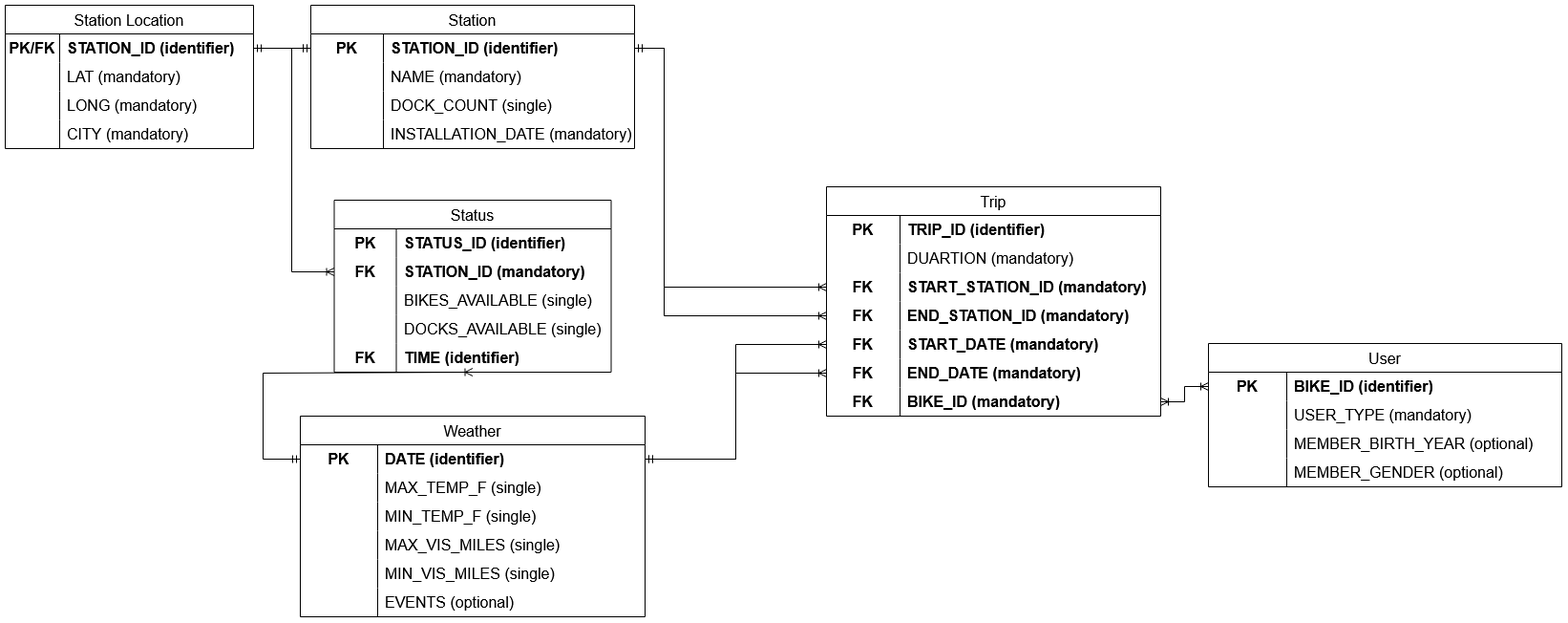
The draw.io diagram finalized er diagram.png in FPU-ThomasM/cop-3701-Public_Transportation_Ridership_Analytics_Database, before a commit. Source tidied: cells renumbered, new cells last; positions are measured from the earlier drawing's top-left corner, leaving out a move shared by most shapes.
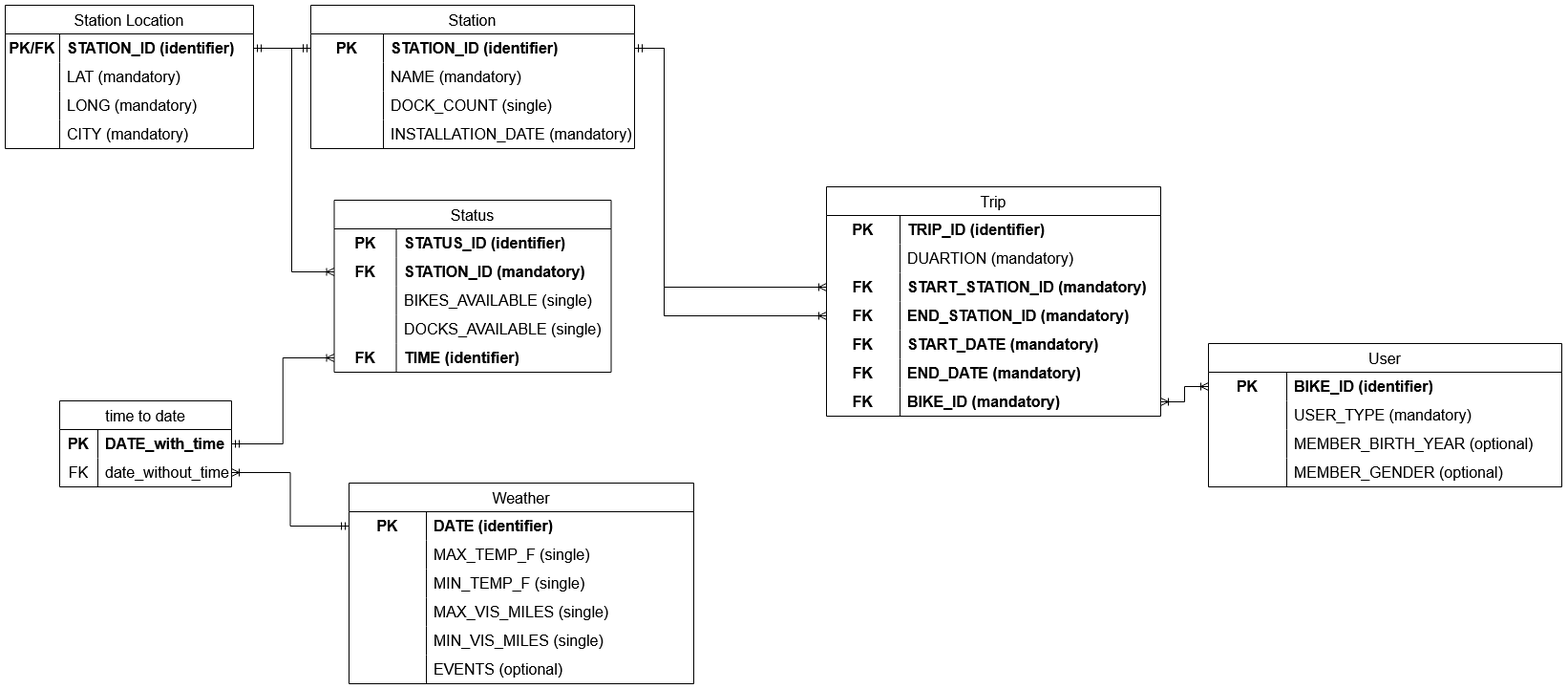
The same file after the commit.

The edit, as a diff of the source:
```diff
@@ -156,7 +156,7 @@
       <mxGeometry x="77" width="273" height="30" as="geometry" />
     </mxCell>
     <mxCell id="53" value="Weather" style="shape=table;startSize=30;rowLines=0;fontStyle=0;strokeColor=default;fontSize=16;" parent="1" vertex="1">
-      <mxGeometry x="309" y="430" width="361" height="210" as="geometry" />
+      <mxGeometry x="360" y="500" width="361" height="210" as="geometry" />
     </mxCell>
     <mxCell id="54" style="shape=tableRow;horizontal=0;startSize=0;swimlaneHead=0;swimlaneBody=0;top=0;left=0;bottom=0;right=0;fillColor=none;points=[[0,0.5],[1,0.5]];portConstraint=eastwest;strokeColor=inherit;fontSize=16;" parent="53" vertex="1">
       <mxGeometry y="30" width="361" height="30" as="geometry" />
@@ -254,12 +254,6 @@
     <mxCell id="85" style="edgeStyle=orthogonalEdgeStyle;rounded=0;jettySize=auto;html=1;entryX=0;entryY=0.5;entryDx=0;entryDy=0;startArrow=ERmandOne;startFill=0;endArrow=ERoneToMany;endFill=0;" parent="1" edge="1" source="3" target="19">
       <mxGeometry relative="1" as="geometry" />
     </mxCell>
-    <mxCell id="86" style="edgeStyle=orthogonalEdgeStyle;rounded=0;jettySize=auto;html=1;entryX=0;entryY=0.5;entryDx=0;entryDy=0;endArrow=ERoneToMany;endFill=0;startArrow=ERmandOne;startFill=0;" parent="1" edge="1" source="54" target="44">
-      <mxGeometry relative="1" as="geometry" />
-    </mxCell>
-    <mxCell id="87" style="edgeStyle=orthogonalEdgeStyle;rounded=0;jettySize=auto;html=1;entryX=0;entryY=0.5;entryDx=0;entryDy=0;startArrow=ERmandOne;startFill=0;endArrow=ERoneToMany;endFill=0;" parent="1" edge="1" source="54" target="47">
-      <mxGeometry relative="1" as="geometry" />
-    </mxCell>
     <mxCell id="88" style="edgeStyle=orthogonalEdgeStyle;rounded=0;jettySize=auto;html=1;entryX=0;entryY=0.5;entryDx=0;entryDy=0;startArrow=ERoneToMany;startFill=0;endArrow=ERoneToMany;endFill=0;" parent="1" edge="1" source="50" target="73">
       <mxGeometry relative="1" as="geometry" />
     </mxCell>
@@ -321,13 +315,32 @@
     <mxCell id="104" style="edgeStyle=orthogonalEdgeStyle;rounded=0;jettySize=auto;html=1;entryX=0;entryY=0.5;entryDx=0;entryDy=0;startArrow=ERmandOne;startFill=0;endArrow=ERmandOne;endFill=0;" parent="1" edge="1" source="92" target="3">
       <mxGeometry relative="1" as="geometry" />
     </mxCell>
-    <mxCell id="105" style="edgeStyle=orthogonalEdgeStyle;rounded=0;jettySize=auto;html=1;entryX=0;entryY=0.5;entryDx=0;entryDy=0;startArrow=ERoneToMany;startFill=0;endArrow=ERmandOne;endFill=0;" parent="1" edge="1" source="28" target="54">
-      <mxGeometry relative="1" as="geometry">
-        <Array as="points">
-          <mxPoint x="270" y="385" />
-          <mxPoint x="270" y="475" />
-        </Array>
-      </mxGeometry>
-    </mxCell>
+    <mxCell id="106" value="time to date" style="shape=table;startSize=30;rowLines=0;fontStyle=0;strokeColor=default;fontSize=16;" parent="1" vertex="1">
+      <mxGeometry x="57" y="414" width="180" height="90" as="geometry" />
+    </mxCell>
+    <mxCell id="107" style="shape=tableRow;horizontal=0;startSize=0;swimlaneHead=0;swimlaneBody=0;top=0;left=0;bottom=0;right=0;fillColor=none;points=[[0,0.5],[1,0.5]];portConstraint=eastwest;strokeColor=inherit;fontSize=16;" parent="106" vertex="1">
+      <mxGeometry y="30" width="180" height="30" as="geometry" />
+    </mxCell>
+    <mxCell id="108" value="PK" style="shape=partialRectangle;html=1;whiteSpace=wrap;fillColor=none;top=0;left=0;bottom=0;right=0;overflow=hidden;strokeColor=inherit;fontSize=16;fontStyle=1;" parent="107" vertex="1">
+      <mxGeometry width="40" height="30" as="geometry" />
+    </mxCell>
+    <mxCell id="109" value="DATE_with_time" style="shape=partialRectangle;html=1;whiteSpace=wrap;fillColor=none;top=0;left=0;bottom=0;right=0;align=left;spacingLeft=6;overflow=hidden;strokeColor=inherit;fontSize=16;fontStyle=1;" parent="107" vertex="1">
+      <mxGeometry x="40" width="140" height="30" as="geometry" />
+    </mxCell>
+    <mxCell id="110" style="shape=tableRow;horizontal=0;startSize=0;swimlaneHead=0;swimlaneBody=0;top=0;left=0;bottom=0;right=0;fillColor=none;points=[[0,0.5],[1,0.5]];portConstraint=eastwest;strokeColor=inherit;fontSize=16;" parent="106" vertex="1">
+      <mxGeometry y="60" width="180" height="30" as="geometry" />
+    </mxCell>
+    <mxCell id="111" value="FK" style="shape=partialRectangle;html=1;whiteSpace=wrap;fillColor=none;top=0;left=0;bottom=0;right=0;overflow=hidden;strokeColor=inherit;fontSize=16;" parent="110" vertex="1">
+      <mxGeometry width="40" height="30" as="geometry" />
+    </mxCell>
+    <mxCell id="112" value="date_without_time" style="shape=partialRectangle;html=1;whiteSpace=wrap;fillColor=none;top=0;left=0;bottom=0;right=0;align=left;spacingLeft=6;overflow=hidden;strokeColor=inherit;fontSize=16;" parent="110" vertex="1">
+      <mxGeometry x="40" width="140" height="30" as="geometry" />
+    </mxCell>
+    <mxCell id="113" style="edgeStyle=orthogonalEdgeStyle;rounded=0;jettySize=auto;html=1;exitX=0;exitY=0.5;exitDx=0;exitDy=0;entryX=1;entryY=0.5;entryDx=0;entryDy=0;startArrow=ERoneToMany;startFill=0;endArrow=ERmandOne;endFill=0;" parent="1" edge="1" source="28" target="107">
+      <mxGeometry relative="1" as="geometry" />
+    </mxCell>
+    <mxCell id="114" style="edgeStyle=orthogonalEdgeStyle;rounded=0;jettySize=auto;html=1;exitX=0;exitY=0.5;exitDx=0;exitDy=0;entryX=1;entryY=0.5;entryDx=0;entryDy=0;endArrow=ERoneToMany;endFill=0;startArrow=ERmandOne;startFill=0;" parent="1" edge="1" source="54" target="110">
+      <mxGeometry relative="1" as="geometry" />
+    </mxCell>
   </root>
 </mxGraphModel>
```
